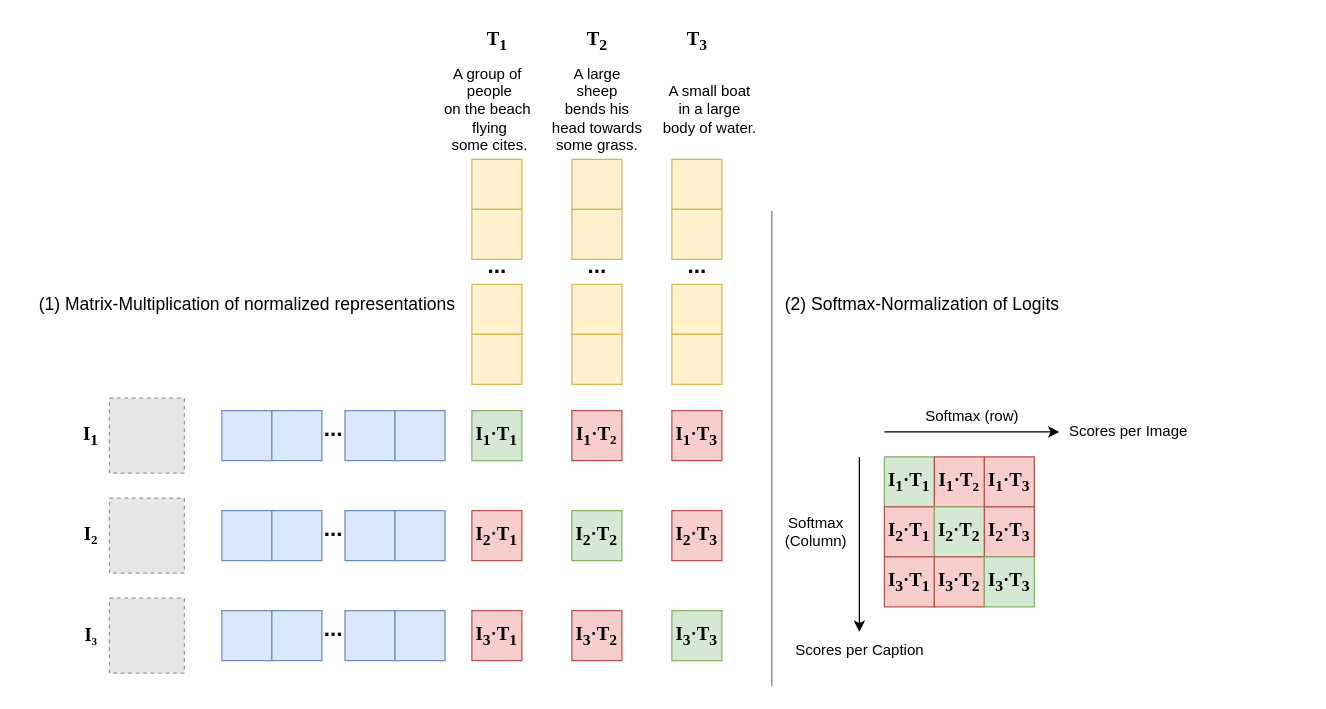
TimCares/MasterThesis keeps this draw.io diagram as docs/thesis/figures/itc.drawio. Above is the earlier version. Source tidied: cells renumbered, new cells numbered last; positions are measured from the earlier drawing's top-left corner, leaving out a move shared by most shapes. Both pictures are drawn from the tidied source at 125%, with x=0, y=0 at pixel (21, 21). Pictures stored in the file or linked from it are replaced by grey dashed boxes.
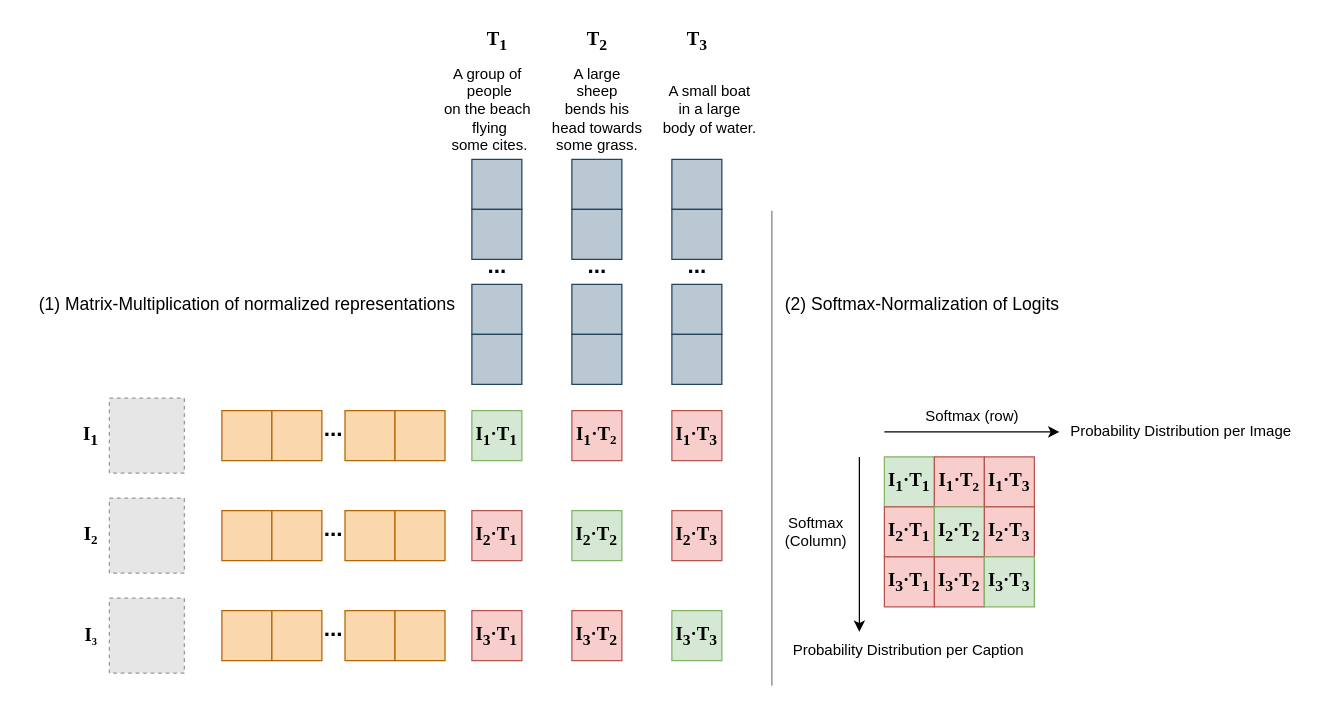
The same diagram, later.

The edit, as a diff of the source:
```diff
@@
-    <mxCell id="2" style="rounded=0;whiteSpace=wrap;html=1;fillColor=#fff2cc;strokeColor=#d6b656;" parent="1" vertex="1">
+    <mxCell id="2" style="rounded=0;whiteSpace=wrap;html=1;fillColor=#bac8d3;strokeColor=#23445d;" parent="1" vertex="1">
       <mxGeometry x="360" y="110" width="40" height="40" as="geometry" />
     </mxCell>
-    <mxCell id="3" style="rounded=0;whiteSpace=wrap;html=1;fillColor=#fff2cc;strokeColor=#d6b656;" parent="1" vertex="1">
+    <mxCell id="3" style="rounded=0;whiteSpace=wrap;html=1;fillColor=#bac8d3;strokeColor=#23445d;" parent="1" vertex="1">
       <mxGeometry x="360" y="150" width="40" height="40" as="geometry" />
     </mxCell>
-    <mxCell id="4" style="rounded=0;whiteSpace=wrap;html=1;fillColor=#fff2cc;strokeColor=#d6b656;" parent="1" vertex="1">
+    <mxCell id="4" style="rounded=0;whiteSpace=wrap;html=1;fillColor=#bac8d3;strokeColor=#23445d;" parent="1" vertex="1">
       <mxGeometry x="360" y="210" width="40" height="40" as="geometry" />
     </mxCell>
-    <mxCell id="5" style="rounded=0;whiteSpace=wrap;html=1;fillColor=#fff2cc;strokeColor=#d6b656;" parent="1" vertex="1">
+    <mxCell id="5" style="rounded=0;whiteSpace=wrap;html=1;fillColor=#bac8d3;strokeColor=#23445d;" parent="1" vertex="1">
       <mxGeometry x="360" y="250" width="40" height="40" as="geometry" />
     </mxCell>
-    <mxCell id="6" style="rounded=0;whiteSpace=wrap;html=1;fillColor=#fff2cc;strokeColor=#d6b656;" parent="1" vertex="1">
+    <mxCell id="6" style="rounded=0;whiteSpace=wrap;html=1;fillColor=#bac8d3;strokeColor=#23445d;" parent="1" vertex="1">
       <mxGeometry x="440" y="110" width="40" height="40" as="geometry" />
     </mxCell>
-    <mxCell id="7" style="rounded=0;whiteSpace=wrap;html=1;fillColor=#fff2cc;strokeColor=#d6b656;" parent="1" vertex="1">
+    <mxCell id="7" style="rounded=0;whiteSpace=wrap;html=1;fillColor=#bac8d3;strokeColor=#23445d;" parent="1" vertex="1">
       <mxGeometry x="440" y="150" width="40" height="40" as="geometry" />
     </mxCell>
-    <mxCell id="8" style="rounded=0;whiteSpace=wrap;html=1;fillColor=#fff2cc;strokeColor=#d6b656;" parent="1" vertex="1">
+    <mxCell id="8" style="rounded=0;whiteSpace=wrap;html=1;fillColor=#bac8d3;strokeColor=#23445d;" parent="1" vertex="1">
       <mxGeometry x="440" y="210" width="40" height="40" as="geometry" />
     </mxCell>
-    <mxCell id="9" style="rounded=0;whiteSpace=wrap;html=1;fillColor=#fff2cc;strokeColor=#d6b656;" parent="1" vertex="1">
+    <mxCell id="9" style="rounded=0;whiteSpace=wrap;html=1;fillColor=#bac8d3;strokeColor=#23445d;" parent="1" vertex="1">
       <mxGeometry x="440" y="250" width="40" height="40" as="geometry" />
     </mxCell>
-    <mxCell id="10" style="rounded=0;whiteSpace=wrap;html=1;fillColor=#fff2cc;strokeColor=#d6b656;" parent="1" vertex="1">
+    <mxCell id="10" style="rounded=0;whiteSpace=wrap;html=1;fillColor=#bac8d3;strokeColor=#23445d;" parent="1" vertex="1">
       <mxGeometry x="520" y="110" width="40" height="40" as="geometry" />
     </mxCell>
-    <mxCell id="11" style="rounded=0;whiteSpace=wrap;html=1;fillColor=#fff2cc;strokeColor=#d6b656;" parent="1" vertex="1">
+    <mxCell id="11" style="rounded=0;whiteSpace=wrap;html=1;fillColor=#bac8d3;strokeColor=#23445d;" parent="1" vertex="1">
       <mxGeometry x="520" y="150" width="40" height="40" as="geometry" />
     </mxCell>
-    <mxCell id="12" style="rounded=0;whiteSpace=wrap;html=1;fillColor=#fff2cc;strokeColor=#d6b656;" parent="1" vertex="1">
+    <mxCell id="12" style="rounded=0;whiteSpace=wrap;html=1;fillColor=#bac8d3;strokeColor=#23445d;" parent="1" vertex="1">
       <mxGeometry x="520" y="210" width="40" height="40" as="geometry" />
     </mxCell>
-    <mxCell id="13" style="rounded=0;whiteSpace=wrap;html=1;fillColor=#fff2cc;strokeColor=#d6b656;" parent="1" vertex="1">
+    <mxCell id="13" style="rounded=0;whiteSpace=wrap;html=1;fillColor=#bac8d3;strokeColor=#23445d;" parent="1" vertex="1">
       <mxGeometry x="520" y="250" width="40" height="40" as="geometry" />
     </mxCell>
-    <mxCell id="14" style="rounded=0;whiteSpace=wrap;html=1;fillColor=#dae8fc;strokeColor=#6c8ebf;" parent="1" vertex="1">
+    <mxCell id="14" style="rounded=0;whiteSpace=wrap;html=1;fillColor=#fad7ac;strokeColor=#b46504;" parent="1" vertex="1">
       <mxGeometry x="160" y="311" width="40" height="40" as="geometry" />
     </mxCell>
-    <mxCell id="15" style="rounded=0;whiteSpace=wrap;html=1;fillColor=#dae8fc;strokeColor=#6c8ebf;" parent="1" vertex="1">
+    <mxCell id="15" style="rounded=0;whiteSpace=wrap;html=1;fillColor=#fad7ac;strokeColor=#b46504;" parent="1" vertex="1">
       <mxGeometry x="200" y="311" width="40" height="40" as="geometry" />
     </mxCell>
-    <mxCell id="16" style="rounded=0;whiteSpace=wrap;html=1;fillColor=#dae8fc;strokeColor=#6c8ebf;" parent="1" vertex="1">
+    <mxCell id="16" style="rounded=0;whiteSpace=wrap;html=1;fillColor=#fad7ac;strokeColor=#b46504;" parent="1" vertex="1">
       <mxGeometry x="258.5" y="311" width="40" height="40" as="geometry" />
     </mxCell>
-    <mxCell id="17" style="rounded=0;whiteSpace=wrap;html=1;fillColor=#dae8fc;strokeColor=#6c8ebf;" parent="1" vertex="1">
+    <mxCell id="17" style="rounded=0;whiteSpace=wrap;html=1;fillColor=#fad7ac;strokeColor=#b46504;" parent="1" vertex="1">
       <mxGeometry x="298.5" y="311" width="40" height="40" as="geometry" />
     </mxCell>
@@
-    <mxCell id="19" style="rounded=0;whiteSpace=wrap;html=1;fillColor=#dae8fc;strokeColor=#6c8ebf;" parent="1" vertex="1">
+    <mxCell id="19" style="rounded=0;whiteSpace=wrap;html=1;fillColor=#fad7ac;strokeColor=#b46504;" parent="1" vertex="1">
       <mxGeometry x="160" y="391" width="40" height="40" as="geometry" />
     </mxCell>
-    <mxCell id="20" style="rounded=0;whiteSpace=wrap;html=1;fillColor=#dae8fc;strokeColor=#6c8ebf;" parent="1" vertex="1">
+    <mxCell id="20" style="rounded=0;whiteSpace=wrap;html=1;fillColor=#fad7ac;strokeColor=#b46504;" parent="1" vertex="1">
       <mxGeometry x="200" y="391" width="40" height="40" as="geometry" />
     </mxCell>
-    <mxCell id="21" style="rounded=0;whiteSpace=wrap;html=1;fillColor=#dae8fc;strokeColor=#6c8ebf;" parent="1" vertex="1">
+    <mxCell id="21" style="rounded=0;whiteSpace=wrap;html=1;fillColor=#fad7ac;strokeColor=#b46504;" parent="1" vertex="1">
       <mxGeometry x="258.5" y="391" width="40" height="40" as="geometry" />
     </mxCell>
-    <mxCell id="22" style="rounded=0;whiteSpace=wrap;html=1;fillColor=#dae8fc;strokeColor=#6c8ebf;" parent="1" vertex="1">
+    <mxCell id="22" style="rounded=0;whiteSpace=wrap;html=1;fillColor=#fad7ac;strokeColor=#b46504;" parent="1" vertex="1">
       <mxGeometry x="298.5" y="391" width="40" height="40" as="geometry" />
     </mxCell>
-    <mxCell id="23" style="rounded=0;whiteSpace=wrap;html=1;fillColor=#dae8fc;strokeColor=#6c8ebf;" parent="1" vertex="1">
+    <mxCell id="23" style="rounded=0;whiteSpace=wrap;html=1;fillColor=#fad7ac;strokeColor=#b46504;" parent="1" vertex="1">
       <mxGeometry x="160" y="471" width="40" height="40" as="geometry" />
     </mxCell>
-    <mxCell id="24" style="rounded=0;whiteSpace=wrap;html=1;fillColor=#dae8fc;strokeColor=#6c8ebf;" parent="1" vertex="1">
+    <mxCell id="24" style="rounded=0;whiteSpace=wrap;html=1;fillColor=#fad7ac;strokeColor=#b46504;" parent="1" vertex="1">
       <mxGeometry x="200" y="471" width="40" height="40" as="geometry" />
     </mxCell>
-    <mxCell id="25" style="rounded=0;whiteSpace=wrap;html=1;fillColor=#dae8fc;strokeColor=#6c8ebf;" parent="1" vertex="1">
+    <mxCell id="25" style="rounded=0;whiteSpace=wrap;html=1;fillColor=#fad7ac;strokeColor=#b46504;" parent="1" vertex="1">
       <mxGeometry x="258.5" y="471" width="40" height="40" as="geometry" />
     </mxCell>
-    <mxCell id="26" style="rounded=0;whiteSpace=wrap;html=1;fillColor=#dae8fc;strokeColor=#6c8ebf;" parent="1" vertex="1">
+    <mxCell id="26" style="rounded=0;whiteSpace=wrap;html=1;fillColor=#fad7ac;strokeColor=#b46504;" parent="1" vertex="1">
       <mxGeometry x="298.5" y="471" width="40" height="40" as="geometry" />
     </mxCell>
@@
-    <mxCell id="61" value="Scores per Caption" style="text;html=1;align=center;verticalAlign=middle;strokeColor=none;fillColor=none;" parent="1" vertex="1">
-      <mxGeometry x="605" y="488" width="130" height="30" as="geometry" />
+    <mxCell id="61" value="Probability Distribution per Caption" style="text;html=1;align=center;verticalAlign=middle;strokeColor=none;fillColor=none;" parent="1" vertex="1">
+      <mxGeometry x="607" y="490" width="203" height="26" as="geometry" />
     </mxCell>
-    <mxCell id="62" value="Scores per Image" style="text;html=1;align=center;verticalAlign=middle;strokeColor=none;fillColor=none;" parent="1" vertex="1">
-      <mxGeometry x="825" y="313" width="120" height="30" as="geometry" />
+    <mxCell id="62" value="Probability Distribution&amp;nbsp;per Image" style="text;html=1;align=center;verticalAlign=middle;strokeColor=none;fillColor=none;" parent="1" vertex="1">
+      <mxGeometry x="827" y="313" width="200" height="30" as="geometry" />
     </mxCell>
```
